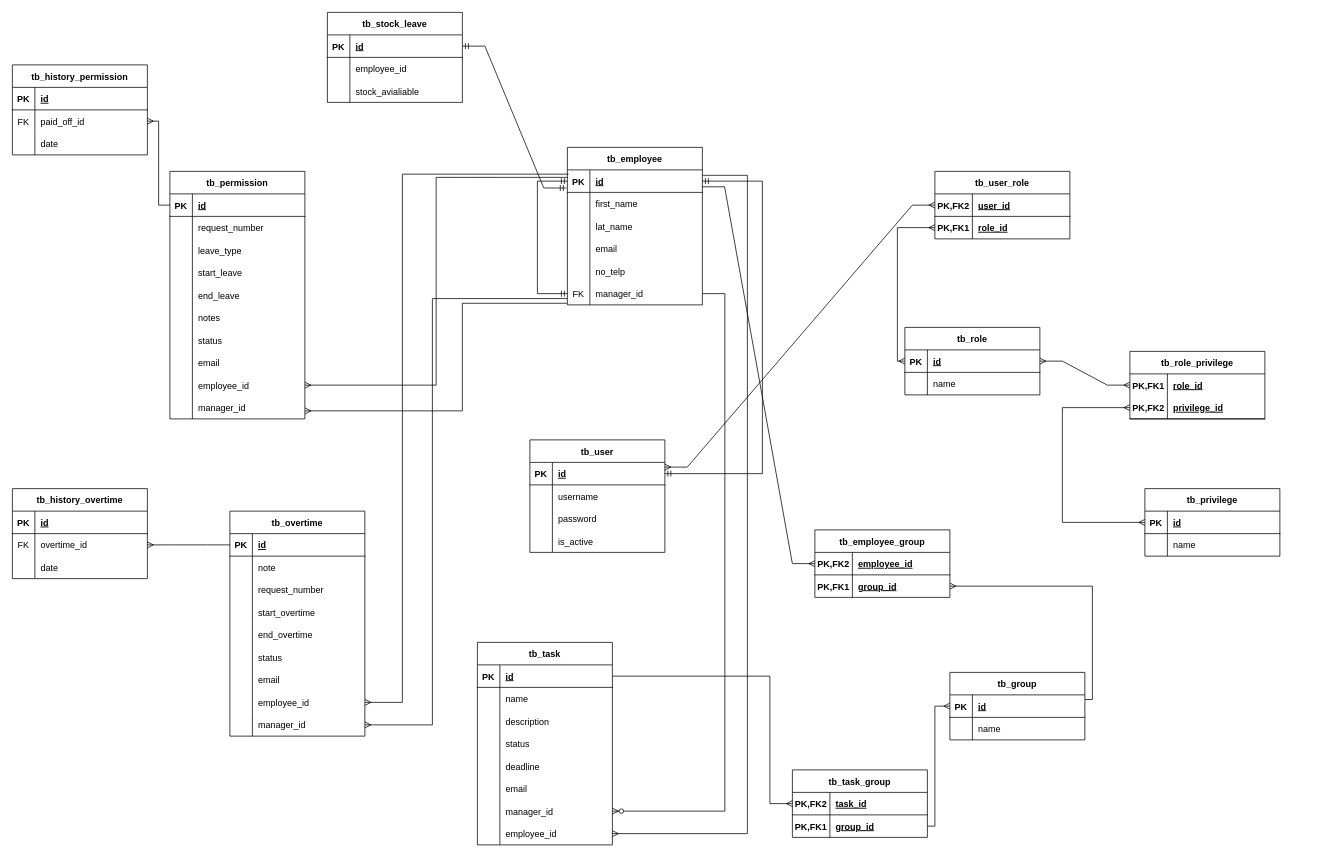
zarmintaa/Skripsi keeps this draw.io diagram as Final.drawio. Above is the earlier version. Source tidied: cells renumbered, new cells numbered last; positions are measured from the earlier drawing's top-left corner, leaving out a move shared by most shapes. Both pictures are drawn from the tidied source at 75%, with x=0, y=0 at pixel (12, 12).
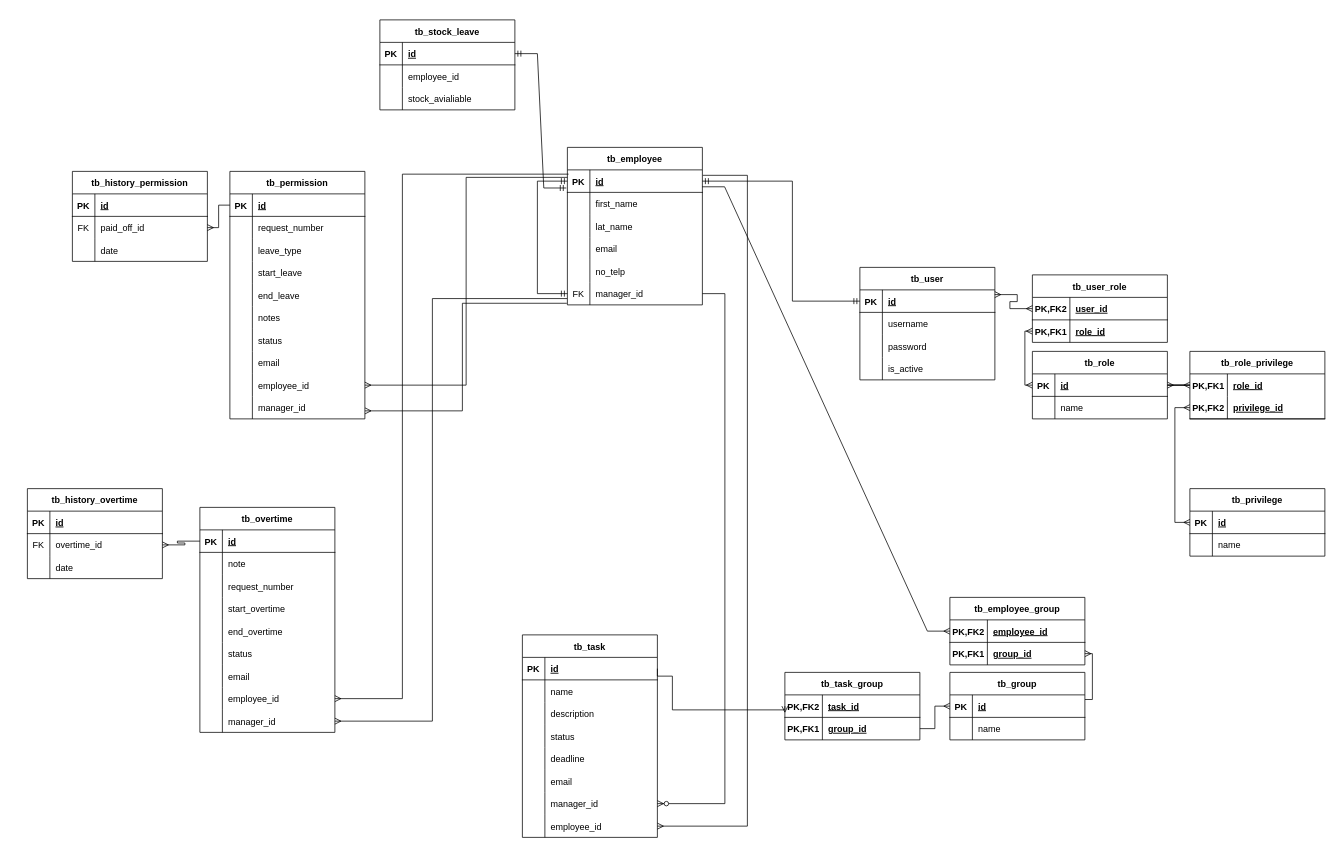
The same diagram, later.

The change refers to these unchanged cells:
```xml
<mxCell id="3" style="shape=tableRow;horizontal=0;startSize=0;swimlaneHead=0;swimlaneBody=0;fillColor=none;points=[[0,0.5],[1,0.5]];portConstraint=eastwest;top=0;left=0;right=0;bottom=1;" parent="2" vertex="1">
  <mxGeometry y="30" width="180" height="30" as="geometry" />
</mxCell>
<mxCell id="23" style="shape=tableRow;horizontal=0;startSize=0;swimlaneHead=0;swimlaneBody=0;fillColor=none;points=[[0,0.5],[1,0.5]];portConstraint=eastwest;top=0;left=0;right=0;bottom=1;" parent="22" vertex="1">
  <mxGeometry y="30" width="180" height="30" as="geometry" />
</mxCell>
<mxCell id="30" style="shape=tableRow;horizontal=0;startSize=0;swimlaneHead=0;swimlaneBody=0;fillColor=none;points=[[0,0.5],[1,0.5]];portConstraint=eastwest;top=0;left=0;right=0;bottom=1;" parent="29" vertex="1">
  <mxGeometry y="30" width="180" height="30" as="geometry" />
</mxCell>
<mxCell id="53" style="shape=tableRow;horizontal=0;startSize=0;swimlaneHead=0;swimlaneBody=0;fillColor=none;points=[[0,0.5],[1,0.5]];portConstraint=eastwest;top=0;left=0;right=0;bottom=1;" parent="49" vertex="1">
  <mxGeometry y="60" width="180" height="30" as="geometry" />
</mxCell>
<mxCell id="120" style="shape=tableRow;horizontal=0;startSize=0;swimlaneHead=0;swimlaneBody=0;fillColor=none;points=[[0,0.5],[1,0.5]];portConstraint=eastwest;top=0;left=0;right=0;bottom=1;" parent="119" vertex="1">
  <mxGeometry y="30" width="180" height="30" as="geometry" />
</mxCell>
<mxCell id="152" style="shape=tableRow;horizontal=0;startSize=0;swimlaneHead=0;swimlaneBody=0;fillColor=none;points=[[0,0.5],[1,0.5]];portConstraint=eastwest;top=0;left=0;right=0;bottom=1;" parent="151" vertex="1">
  <mxGeometry y="30" width="180" height="30" as="geometry" />
</mxCell>
```

Diff of the diagram source:
```diff
@@
     <mxCell id="2" value="tb_user" style="shape=table;startSize=30;childLayout=tableLayout;rowLines=0;fontStyle=1;align=center;" parent="1" vertex="1">
-      <mxGeometry x="690" y="570" width="180" height="150" as="geometry" />
+      <mxGeometry x="1130" y="340" width="180" height="150" as="geometry" />
     </mxCell>
@@
     <mxCell id="15" value="tb_role" style="shape=table;startSize=30;childLayout=tableLayout;rowLines=0;fontStyle=1;align=center;" parent="1" vertex="1">
-      <mxGeometry x="1190" y="420" width="180" height="90" as="geometry" />
+      <mxGeometry x="1360" y="452" width="180" height="90" as="geometry" />
     </mxCell>
@@
     <mxCell id="22" value="tb_privilege" style="shape=table;startSize=30;childLayout=tableLayout;rowLines=0;fontStyle=1;align=center;" parent="1" vertex="1">
-      <mxGeometry x="1510" y="635" width="180" height="90" as="geometry" />
+      <mxGeometry x="1570" y="635" width="180" height="90" as="geometry" />
     </mxCell>
@@
     <mxCell id="49" value="tb_role_privilege" style="shape=table;startSize=30;childLayout=tableLayout;rowLines=0;fontStyle=1;align=center;" parent="1" vertex="1">
-      <mxGeometry x="1490" y="452" width="180" height="90" as="geometry" />
+      <mxGeometry x="1570" y="452" width="180" height="90" as="geometry" />
     </mxCell>
@@
     <mxCell id="56" value="tb_permission" style="shape=table;startSize=30;childLayout=tableLayout;rowLines=0;fontStyle=1;align=center;" parent="1" vertex="1">
-      <mxGeometry x="210" y="212" width="180" height="330" as="geometry" />
+      <mxGeometry x="290" y="212" width="180" height="330" as="geometry" />
     </mxCell>
@@
-    <mxCell id="87" style="edgeStyle=elbowEdgeStyle;fontSize=12;html=1;endArrow=ERmandOne;startArrow=ERmandOne;rounded=0;exitX=1;exitY=0.5;exitDx=0;exitDy=0;entryX=1;entryY=0.5;entryDx=0;entryDy=0;" parent="1" edge="1" source="3" target="30">
+    <mxCell id="87" style="edgeStyle=elbowEdgeStyle;fontSize=12;html=1;endArrow=ERmandOne;startArrow=ERmandOne;rounded=0;exitX=0;exitY=0.5;exitDx=0;exitDy=0;entryX=1;entryY=0.5;entryDx=0;entryDy=0;" parent="1" edge="1" source="3" target="30">
       <mxGeometry relative="1" as="geometry">
         <Array as="points">
+          <mxPoint x="1040" y="380" />
+          <mxPoint x="1060" y="430" />
           <mxPoint x="1000" y="480" />
         </Array>
       </mxGeometry>
     </mxCell>
     <mxCell id="88" value="tb_history_permission" style="shape=table;startSize=30;childLayout=tableLayout;rowLines=0;fontStyle=1;align=center;" parent="1" vertex="1">
-      <mxGeometry y="70" width="180" height="120" as="geometry" />
+      <mxGeometry x="80" y="212" width="180" height="120" as="geometry" />
     </mxCell>
@@
     <mxCell id="98" value="tb_history_overtime" style="shape=table;startSize=30;childLayout=tableLayout;rowLines=0;fontStyle=1;align=center;" parent="1" vertex="1">
-      <mxGeometry y="635" width="180" height="120" as="geometry" />
+      <mxGeometry x="20" y="635" width="180" height="120" as="geometry" />
     </mxCell>
@@
     <mxCell id="108" value="tb_user_role" style="shape=table;startSize=30;childLayout=tableLayout;rowLines=0;fontStyle=1;align=center;" parent="1" vertex="1">
-      <mxGeometry x="1230" y="212" width="180" height="90" as="geometry" />
+      <mxGeometry x="1360" y="350" width="180" height="90" as="geometry" />
     </mxCell>
@@
     <mxCell id="118" style="edgeStyle=elbowEdgeStyle;fontSize=12;html=1;endArrow=ERmany;startArrow=ERmany;rounded=0;entryX=0;entryY=0.5;entryDx=0;entryDy=0;exitX=0;exitY=0.5;exitDx=0;exitDy=0;" parent="1" edge="1" source="23" target="53">
       <mxGeometry relative="1" as="geometry">
         <Array as="points">
-          <mxPoint x="1400" y="700" />
+          <mxPoint x="1550" y="600" />
         </Array>
       </mxGeometry>
     </mxCell>
     <mxCell id="119" value="tb_task" style="shape=table;startSize=30;childLayout=tableLayout;rowLines=0;fontStyle=1;align=center;" parent="1" vertex="1">
-      <mxGeometry x="620" y="840" width="180" height="270" as="geometry" />
+      <mxGeometry x="680" y="830" width="180" height="270" as="geometry" />
     </mxCell>
@@
     <mxCell id="151" value="tb_task_group" style="shape=table;startSize=30;childLayout=tableLayout;rowLines=0;fontStyle=1;align=center;" parent="1" vertex="1">
-      <mxGeometry x="1040" y="1010" width="180" height="90" as="geometry" />
+      <mxGeometry x="1030" y="880" width="180" height="90" as="geometry" />
     </mxCell>
@@
     <mxCell id="158" value="tb_employee_group" style="shape=table;startSize=30;childLayout=tableLayout;rowLines=0;fontStyle=1;align=center;" parent="1" vertex="1">
-      <mxGeometry x="1070" y="690" width="180" height="90" as="geometry" />
+      <mxGeometry x="1250" y="780" width="180" height="90" as="geometry" />
     </mxCell>
@@
     <mxCell id="167" style="edgeStyle=orthogonalEdgeStyle;fontSize=12;html=1;endArrow=ERmany;rounded=0;exitX=1;exitY=0.5;exitDx=0;exitDy=0;entryX=0;entryY=0.5;entryDx=0;entryDy=0;" parent="1" edge="1" source="120" target="152">
       <mxGeometry relative="1" as="geometry">
         <Array as="points">
-          <mxPoint x="1010" y="885" />
-          <mxPoint x="1010" y="1055" />
+          <mxPoint x="880" y="885" />
+          <mxPoint x="880" y="930" />
+          <mxPoint x="1030" y="930" />
         </Array>
       </mxGeometry>
     </mxCell>
@@
     <mxCell id="173" value="tb_overtime" style="shape=table;startSize=30;childLayout=tableLayout;rowLines=0;fontStyle=1;align=center;" parent="1" vertex="1">
-      <mxGeometry x="290" y="665" width="180" height="300" as="geometry" />
+      <mxGeometry x="250" y="660" width="180" height="300" as="geometry" />
     </mxCell>
@@
     <mxCell id="204" value="tb_stock_leave" style="shape=table;startSize=30;childLayout=tableLayout;rowLines=0;fontStyle=1;align=center;" parent="1" vertex="1">
-      <mxGeometry x="420" width="180" height="120" as="geometry" />
+      <mxGeometry x="490" y="10" width="180" height="120" as="geometry" />
     </mxCell>
```
